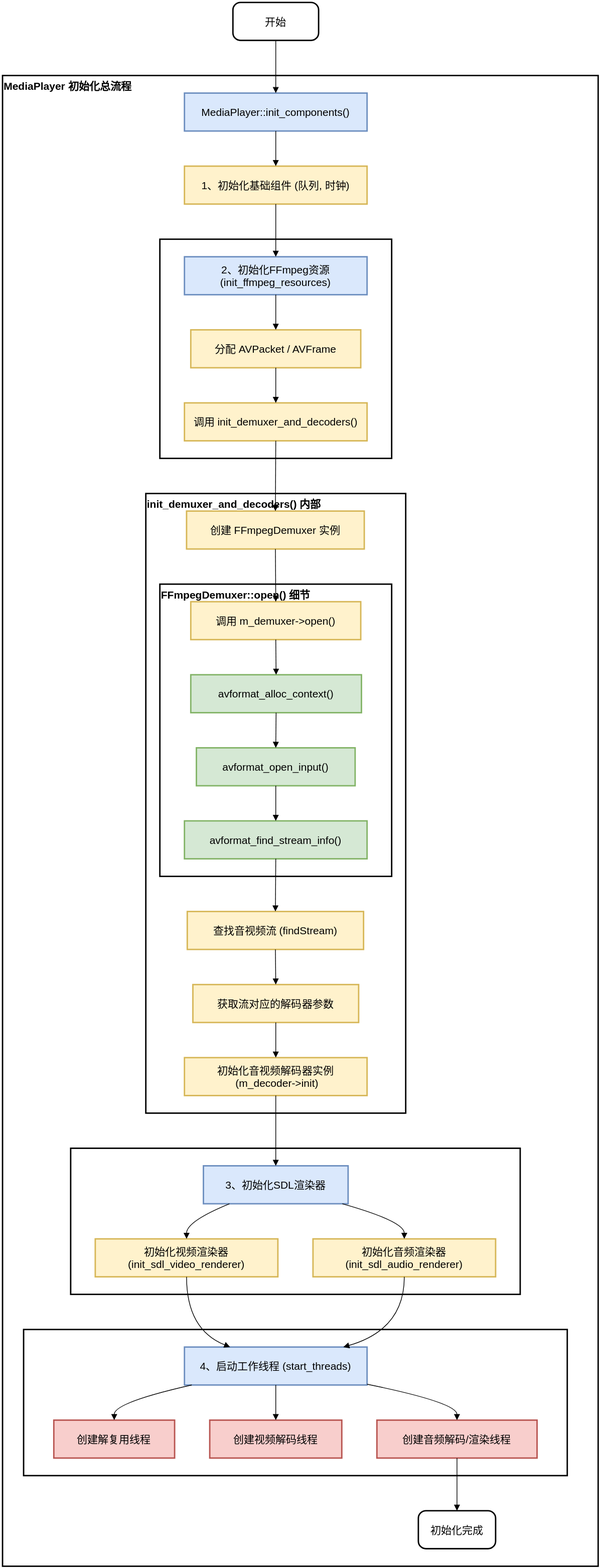
Above: docs/assets/pic3_1-initialization_flowchart.svg in Ko-vey/SDLplayerCore (draw.io), before the change. Source tidied: cells renumbered, new cells last; positions are measured from the earlier drawing's top-left corner, leaving out a move shared by most shapes.
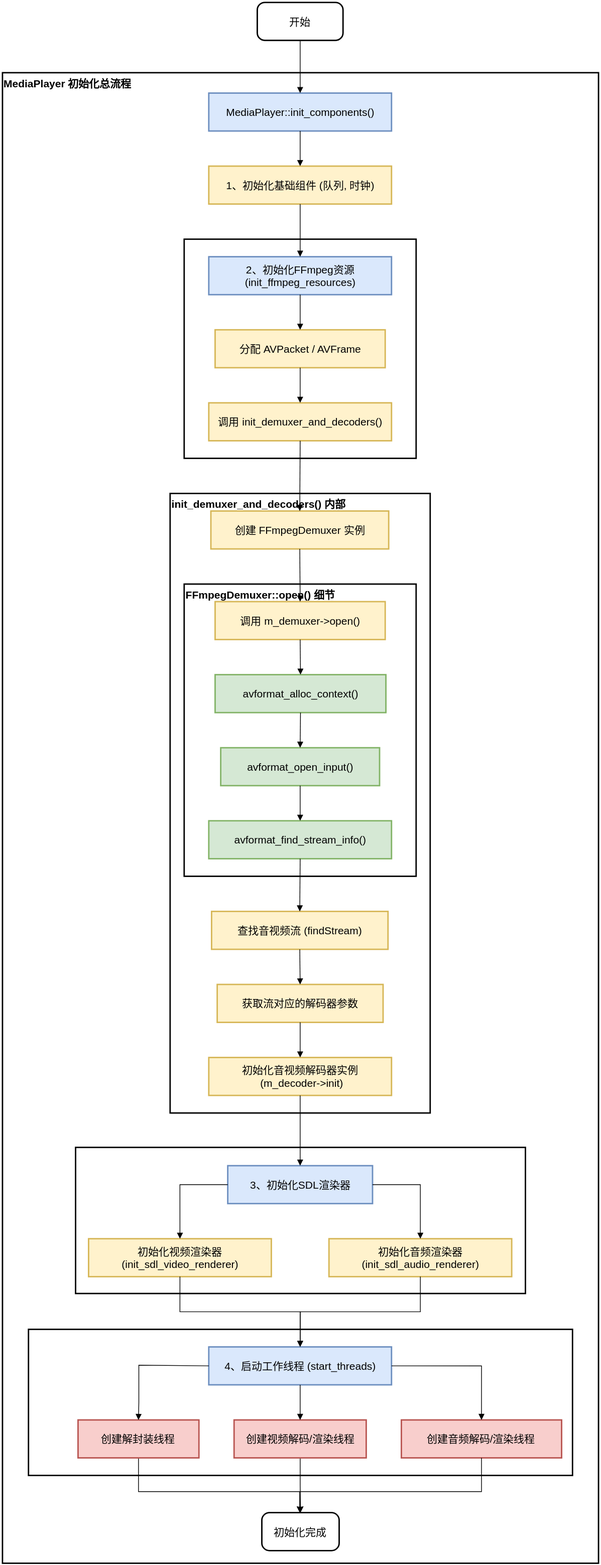
Above is the later version.

What changed in the source:
```diff
@@ -3,13 +3,13 @@
     <mxCell id="0" />
     <mxCell id="1" parent="0" />
     <mxCell id="2" value="MediaPlayer 初始化总流程" style="whiteSpace=wrap;strokeWidth=2;align=left;verticalAlign=top;fontStyle=1;fontSize=15;" parent="1" vertex="1">
-      <mxGeometry y="104" width="848" height="2122" as="geometry" />
+      <mxGeometry x="-34.5" y="100" width="848" height="2122" as="geometry" />
     </mxCell>
     <mxCell id="3" style="whiteSpace=wrap;strokeWidth=2;align=left;verticalAlign=top;fontStyle=1;fontSize=15;" parent="1" vertex="1">
-      <mxGeometry x="30" y="1889" width="774" height="208" as="geometry" />
+      <mxGeometry x="2.5" y="1889" width="774" height="208" as="geometry" />
     </mxCell>
     <mxCell id="4" style="whiteSpace=wrap;strokeWidth=2;align=left;verticalAlign=top;fontStyle=1;fontSize=15;" parent="1" vertex="1">
-      <mxGeometry x="97" y="1631" width="640" height="208" as="geometry" />
+      <mxGeometry x="69.5" y="1630" width="640" height="208" as="geometry" />
     </mxCell>
     <mxCell id="5" value="init_demuxer_and_decoders() 内部" style="whiteSpace=wrap;strokeWidth=2;align=left;verticalAlign=top;fontStyle=1;fontSize=15;" parent="1" vertex="1">
       <mxGeometry x="204" y="699" width="370" height="882" as="geometry" />
@@ -66,25 +66,36 @@
       <mxGeometry x="286" y="1656" width="206" height="54" as="geometry" />
     </mxCell>
     <mxCell id="23" value="初始化视频渲染器 (init_sdl_video_renderer)" style="whiteSpace=wrap;strokeWidth=2;fontSize=15;fillColor=#fff2cc;strokeColor=#d6b656;" parent="1" vertex="1">
-      <mxGeometry x="132" y="1760" width="260" height="54" as="geometry" />
+      <mxGeometry x="88" y="1760" width="260" height="54" as="geometry" />
     </mxCell>
     <mxCell id="24" value="初始化音频渲染器 (init_sdl_audio_renderer)" style="whiteSpace=wrap;strokeWidth=2;fontSize=15;fillColor=#fff2cc;strokeColor=#d6b656;" parent="1" vertex="1">
-      <mxGeometry x="442" y="1760" width="260" height="54" as="geometry" />
+      <mxGeometry x="430" y="1760" width="260" height="54" as="geometry" />
     </mxCell>
     <mxCell id="25" value="4、启动工作线程 (start_threads)" style="whiteSpace=wrap;strokeWidth=2;fontSize=15;fillColor=#dae8fc;strokeColor=#6c8ebf;" parent="1" vertex="1">
       <mxGeometry x="259" y="1914" width="260" height="54" as="geometry" />
     </mxCell>
+    <mxCell id="52" style="edgeStyle=orthogonalEdgeStyle;rounded=0;jettySize=auto;html=1;entryX=0.5;entryY=0;entryDx=0;entryDy=0;" parent="1" edge="1" source="26" target="29">
+      <mxGeometry relative="1" as="geometry">
+        <Array as="points">
+          <mxPoint x="158.5" y="2120" />
+          <mxPoint x="388.5" y="2120" />
+        </Array>
+      </mxGeometry>
+    </mxCell>
-    <mxCell id="26" value="创建解复用线程" style="whiteSpace=wrap;strokeWidth=2;fontSize=15;fillColor=#f8cecc;strokeColor=#b85450;" parent="1" vertex="1">
+    <mxCell id="26" value="创建解封装线程" style="whiteSpace=wrap;strokeWidth=2;fontSize=15;fillColor=#f8cecc;strokeColor=#b85450;" parent="1" vertex="1">
       <mxGeometry x="73" y="2018" width="172" height="54" as="geometry" />
     </mxCell>
+    <mxCell id="53" style="edgeStyle=orthogonalEdgeStyle;rounded=0;jettySize=auto;html=1;" parent="1" edge="1" source="27" target="29">
+      <mxGeometry relative="1" as="geometry" />
+    </mxCell>
-    <mxCell id="27" value="创建视频解码线程" style="whiteSpace=wrap;strokeWidth=2;fontSize=15;fillColor=#f8cecc;strokeColor=#b85450;" parent="1" vertex="1">
+    <mxCell id="27" value="创建视频解码/渲染线程" style="whiteSpace=wrap;strokeWidth=2;fontSize=15;fillColor=#f8cecc;strokeColor=#b85450;" parent="1" vertex="1">
       <mxGeometry x="295" y="2018" width="188" height="54" as="geometry" />
     </mxCell>
     <mxCell id="28" value="创建音频解码/渲染线程" style="whiteSpace=wrap;strokeWidth=2;fontSize=15;fillColor=#f8cecc;strokeColor=#b85450;" parent="1" vertex="1">
       <mxGeometry x="533" y="2018" width="228" height="54" as="geometry" />
     </mxCell>
     <mxCell id="29" value="初始化完成" style="rounded=1;arcSize=20;strokeWidth=2;fontSize=15;" parent="1" vertex="1">
-      <mxGeometry x="592" y="2147" width="110" height="54" as="geometry" />
+      <mxGeometry x="334.5" y="2150" width="110" height="54" as="geometry" />
     </mxCell>
     <mxCell id="30" style="curved=1;startArrow=none;endArrow=block;exitX=0.5;exitY=1;entryX=0.5;entryY=0;rounded=0;" parent="1" edge="1" source="8" target="9">
       <mxGeometry relative="1" as="geometry" />
@@ -128,53 +139,45 @@
     <mxCell id="43" style="curved=1;startArrow=none;endArrow=block;exitX=0.5;exitY=1;entryX=0.5;entryY=0;rounded=0;" parent="1" edge="1" source="21" target="22">
       <mxGeometry relative="1" as="geometry" />
     </mxCell>
-    <mxCell id="44" style="curved=1;startArrow=none;endArrow=block;exitX=0.18;exitY=1;entryX=0.5;entryY=0;rounded=0;" parent="1" edge="1" source="22" target="23">
+    <mxCell id="44" style="startArrow=none;endArrow=block;exitX=0;exitY=0.5;entryX=0.5;entryY=0;rounded=0;edgeStyle=orthogonalEdgeStyle;exitDx=0;exitDy=0;" parent="1" edge="1" source="22" target="23">
       <mxGeometry relative="1" as="geometry">
         <Array as="points">
-          <mxPoint x="262" y="1735" />
+          <mxPoint x="218" y="1683" />
         </Array>
       </mxGeometry>
     </mxCell>
-    <mxCell id="45" style="curved=1;startArrow=none;endArrow=block;exitX=0.96;exitY=1;entryX=0.5;entryY=0;rounded=0;" parent="1" edge="1" source="22" target="24">
-      <mxGeometry relative="1" as="geometry">
-        <Array as="points">
-          <mxPoint x="572" y="1735" />
-        </Array>
-      </mxGeometry>
+    <mxCell id="45" style="startArrow=none;endArrow=block;exitX=1;exitY=0.5;entryX=0.5;entryY=0;rounded=0;edgeStyle=orthogonalEdgeStyle;exitDx=0;exitDy=0;" parent="1" edge="1" source="22" target="24">
+      <mxGeometry relative="1" as="geometry" />
     </mxCell>
-    <mxCell id="46" style="curved=1;startArrow=none;endArrow=block;exitX=0.5;exitY=1;entryX=0.25;entryY=0;rounded=0;" parent="1" edge="1" source="23" target="25">
-      <mxGeometry relative="1" as="geometry">
-        <Array as="points">
-          <mxPoint x="262" y="1889" />
-        </Array>
-      </mxGeometry>
+    <mxCell id="46" style="startArrow=none;endArrow=block;exitX=0.5;exitY=1;entryX=0.5;entryY=0;rounded=0;edgeStyle=orthogonalEdgeStyle;entryDx=0;entryDy=0;" parent="1" edge="1" source="23" target="25">
+      <mxGeometry relative="1" as="geometry" />
     </mxCell>
-    <mxCell id="47" style="curved=1;startArrow=none;endArrow=block;exitX=0.5;exitY=1;entryX=0.87;entryY=0;rounded=0;" parent="1" edge="1" source="24" target="25">
-      <mxGeometry relative="1" as="geometry">
-        <Array as="points">
-          <mxPoint x="572" y="1889" />
-        </Array>
-      </mxGeometry>
+    <mxCell id="47" style="startArrow=none;endArrow=block;exitX=0.5;exitY=1;rounded=0;edgeStyle=orthogonalEdgeStyle;" parent="1" edge="1" source="24" target="25">
+      <mxGeometry relative="1" as="geometry" />
     </mxCell>
-    <mxCell id="48" style="curved=1;startArrow=none;endArrow=block;exitX=0.04;exitY=1;entryX=0.5;entryY=0;rounded=0;" parent="1" edge="1" source="25" target="26">
+    <mxCell id="48" style="startArrow=none;endArrow=block;exitX=0;exitY=0.5;entryX=0.5;entryY=0;rounded=0;edgeStyle=orthogonalEdgeStyle;exitDx=0;exitDy=0;" parent="1" edge="1" source="25" target="26">
       <mxGeometry relative="1" as="geometry">
         <Array as="points">
-          <mxPoint x="159" y="1993" />
+          <mxPoint x="259.5" y="1940" />
+          <mxPoint x="159.5" y="1940" />
+          <mxPoint x="159.5" y="1993" />
+          <mxPoint x="159.5" y="1993" />
         </Array>
       </mxGeometry>
     </mxCell>
-    <mxCell id="49" style="curved=1;startArrow=none;endArrow=block;exitX=0.5;exitY=1;entryX=0.5;entryY=0;rounded=0;" parent="1" edge="1" source="25" target="27">
+    <mxCell id="49" style="startArrow=none;endArrow=block;exitX=0.5;exitY=1;entryX=0.5;entryY=0;rounded=0;edgeStyle=orthogonalEdgeStyle;" parent="1" edge="1" source="25" target="27">
       <mxGeometry relative="1" as="geometry" />
     </mxCell>
-    <mxCell id="50" style="curved=1;startArrow=none;endArrow=block;exitX=1;exitY=0.98;entryX=0.5;entryY=0;rounded=0;" parent="1" edge="1" source="25" target="28">
-      <mxGeometry relative="1" as="geometry">
-        <Array as="points">
-          <mxPoint x="647" y="1993" />
-        </Array>
-      </mxGeometry>
+    <mxCell id="50" style="startArrow=none;endArrow=block;exitX=1;exitY=0.5;entryX=0.5;entryY=0;rounded=0;edgeStyle=orthogonalEdgeStyle;exitDx=0;exitDy=0;" parent="1" edge="1" source="25" target="28">
+      <mxGeometry relative="1" as="geometry" />
     </mxCell>
-    <mxCell id="51" style="curved=1;startArrow=none;endArrow=block;exitX=0.5;exitY=1;entryX=0.5;entryY=0;rounded=0;" parent="1" edge="1" source="28" target="29">
-      <mxGeometry relative="1" as="geometry" />
+    <mxCell id="51" style="startArrow=none;endArrow=block;exitX=0.5;exitY=1;entryX=0.5;entryY=0;rounded=0;edgeStyle=orthogonalEdgeStyle;" parent="1" edge="1" source="28" target="29">
+      <mxGeometry relative="1" as="geometry">
+        <Array as="points">
+          <mxPoint x="646.5" y="2120" />
+          <mxPoint x="388.5" y="2120" />
+        </Array>
+      </mxGeometry>
     </mxCell>
   </root>
 </mxGraphModel>
```
